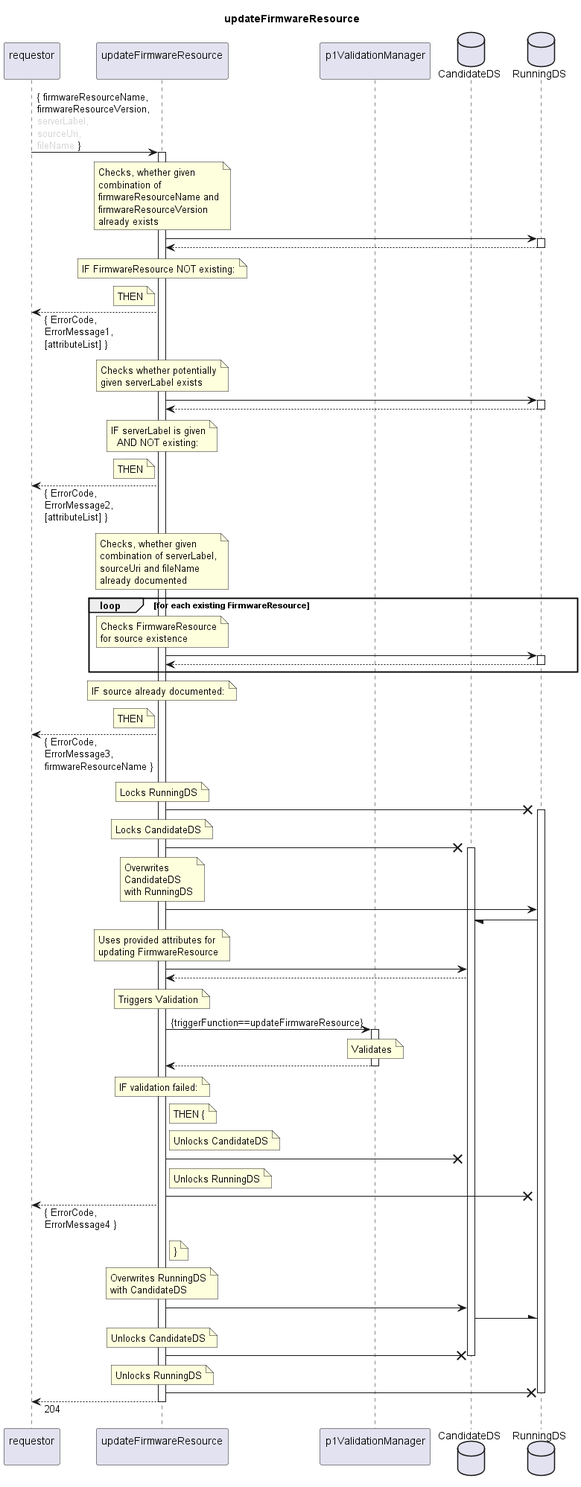
openBackhaul/FirmWareManager keeps this PlantUML diagram as spec/Services/updateFirmwareResource/1.0.0/updateFirmwareResource.png. Above is the earlier version.
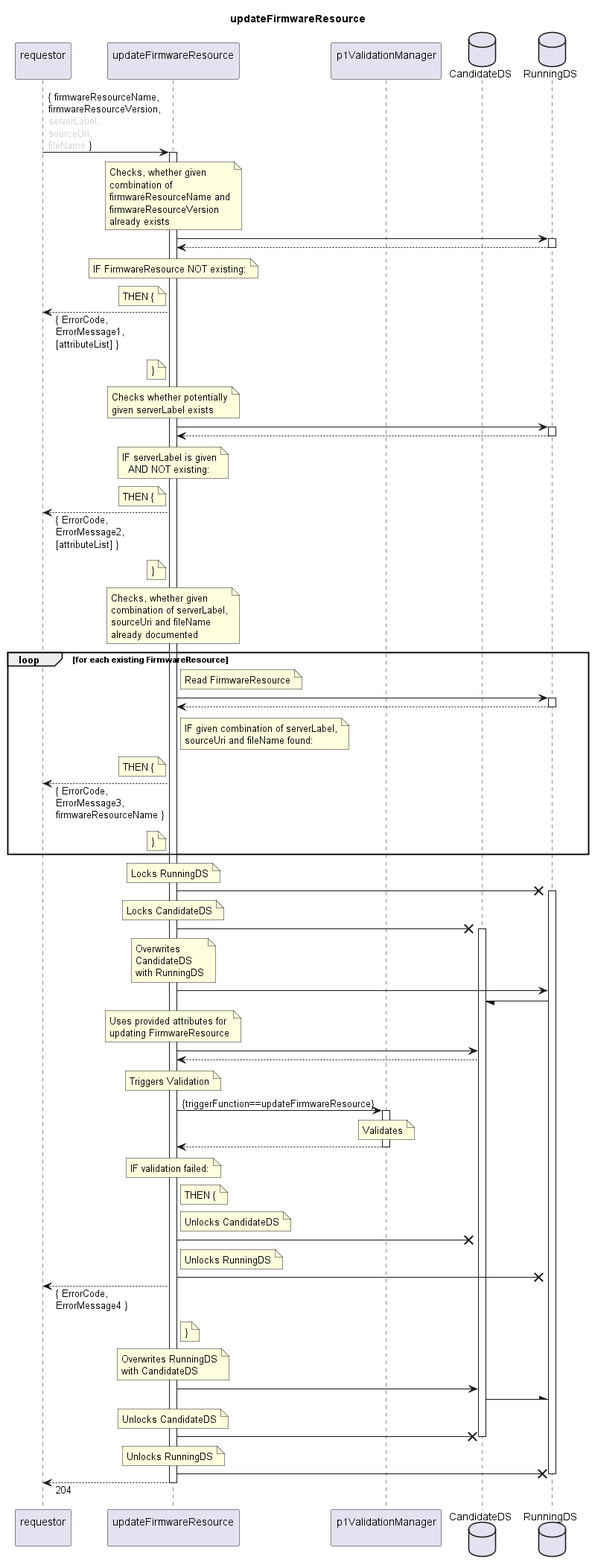
Later version of the same file.

Diff of the diagram source:
```diff
@@ -29,9 +29,12 @@
     IF FirmwareResource NOT existing:
   end note
   note left indServ
-    THEN
+    THEN {
   end note
   requestor <-- indServ: { ErrorCode,\nErrorMessage1,\n[attributeList] }
+  note left indServ
+    }
+  end note
 
   note over indServ
     Checks whether potentially
@@ -46,9 +49,12 @@
       AND NOT existing:
   end note
   note left indServ
-    THEN
+    THEN {
   end note
   requestor <-- indServ: { ErrorCode,\nErrorMessage2,\n[attributeList] }
+  note left indServ
+    }
+  end note
 
   note over indServ
     Checks, whether given
@@ -57,22 +63,25 @@
     already documented
   end note
   loop for each existing FirmwareResource
-    note over indServ
-      Checks FirmwareResource
-      for source existence
+    note right indServ
+      Read FirmwareResource
     end note
     indServ -> RunDS
     activate RunDS
     indServ <-- RunDS
     deactivate RunDS
+    note right indServ
+      IF given combination of serverLabel,
+      sourceUri and fileName found:
+    end note
+    note left indServ
+      THEN {
+    end note
+    requestor <-- indServ: { ErrorCode,\nErrorMessage3,\nfirmwareResourceName }
+    note left indServ
+      }
+    end note
   end loop
-  note over indServ
-    IF source already documented:
-  end note
-  note left indServ
-    THEN
-  end note
-  requestor <-- indServ: { ErrorCode,\nErrorMessage3,\nfirmwareResourceName }
 
   note over indServ
     Locks RunningDS
```
